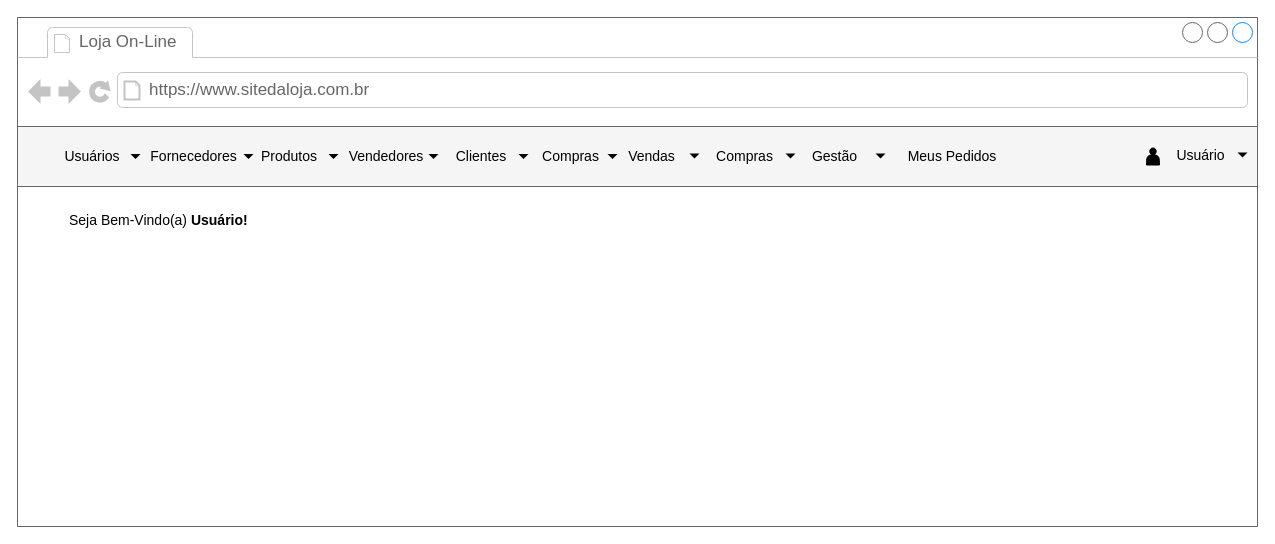
adjamirgalvao/pucminas keeps this draw.io diagram as page "Home Page" (2 of 5) of projeto/documentacao/wireframes.drawio. Above is the earlier version. Source tidied: cells renumbered, new cells numbered last; positions are measured from the earlier drawing's top-left corner, leaving out a move shared by most shapes. Both pictures are drawn from the tidied source at 100%, with x=0, y=0 at pixel (17, 17).
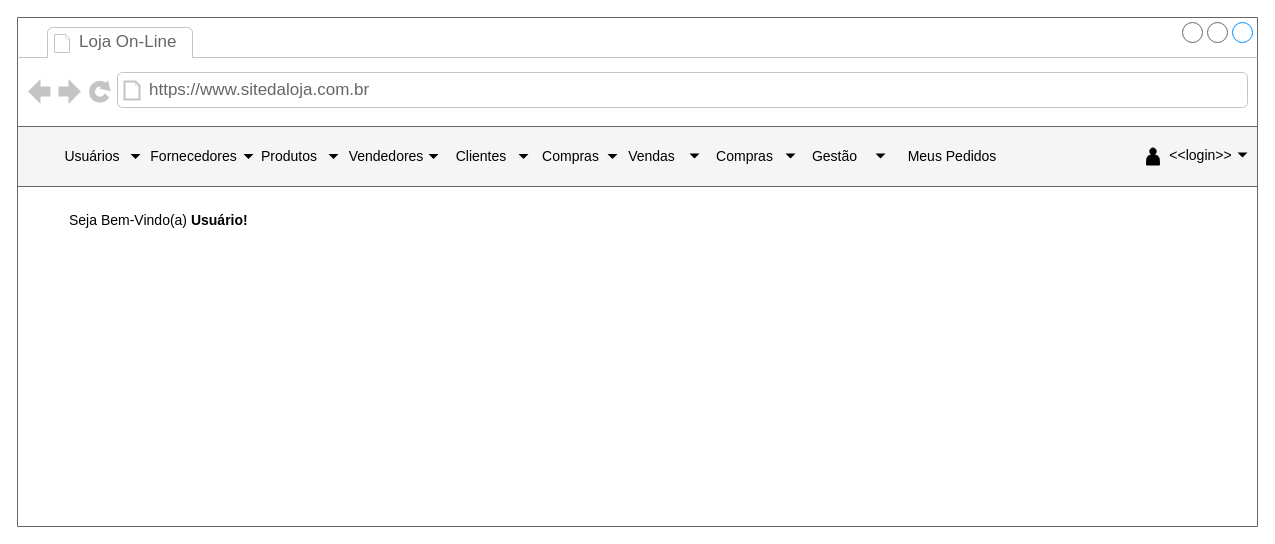
The same diagram, later.

The edit, as a diff of the source:
```diff
@@
-    <mxCell id="26" value="Usuário" style="strokeColor=none;fillColor=none;rSize=5;perimeter=none;whiteSpace=wrap;align=center;spacing=20;fontSize=14;fontColor=#000000;spacingRight=10;" parent="1" vertex="1">
+    <mxCell id="26" value="&lt;&lt;login&gt;&gt;" style="strokeColor=none;fillColor=none;rSize=5;perimeter=none;whiteSpace=wrap;align=center;spacing=20;fontSize=14;fontColor=#000000;spacingRight=10;" parent="1" vertex="1">
       <mxGeometry x="1140" y="119" width="97" height="37" as="geometry" />
     </mxCell>
```
